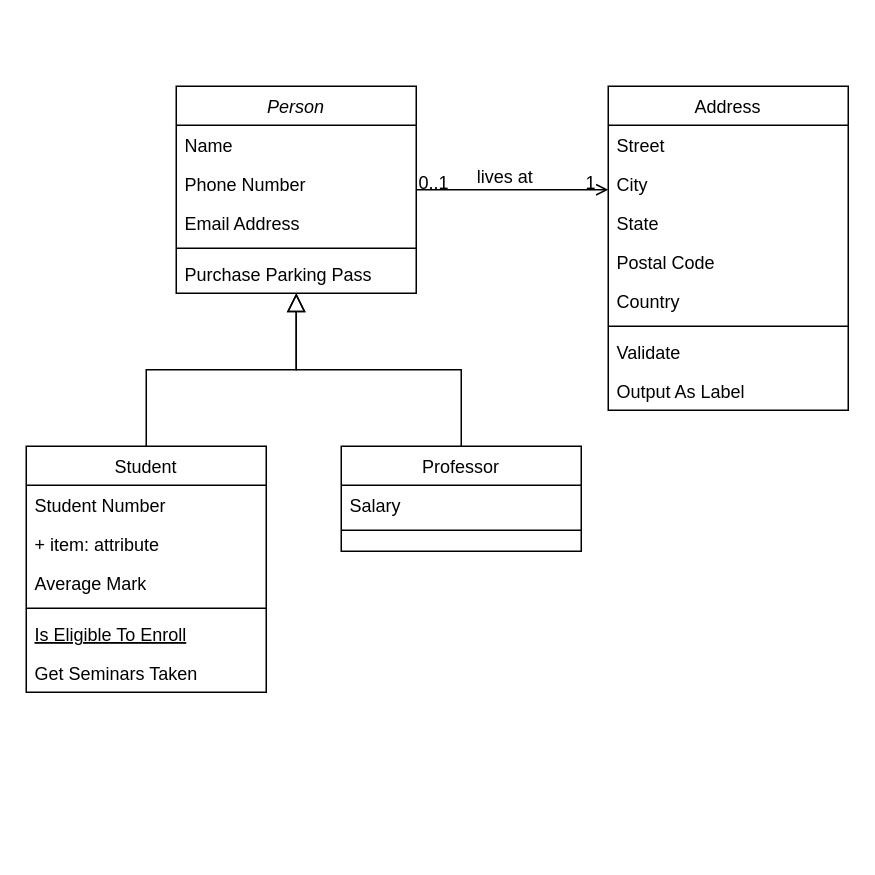
Hearteu/Portfolio keeps this draw.io diagram as activitydiagram.drawio. Above is the earlier version. Source tidied: cells renumbered, new cells numbered last; positions are measured from the earlier drawing's top-left corner, leaving out a move shared by most shapes. Both pictures are drawn from the tidied source at 150%, with x=0, y=0 at pixel (26, 86).
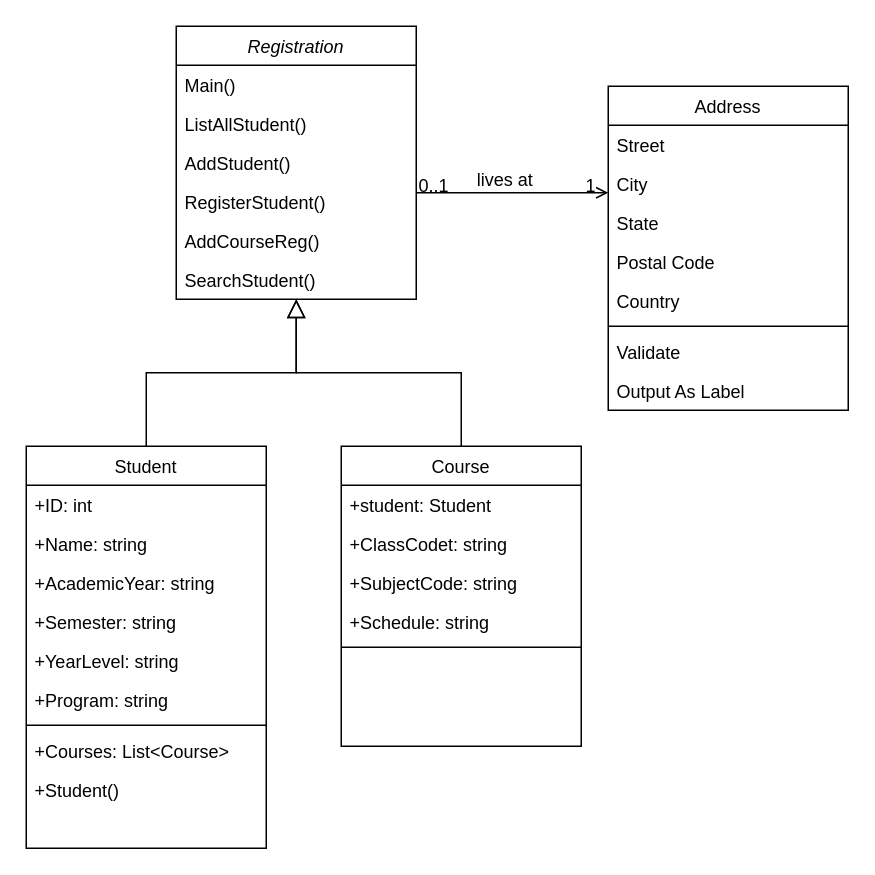
After the change.

Change to the diagram source:
```diff
@@
-    <mxCell id="2" value="Person" style="swimlane;fontStyle=2;align=center;verticalAlign=top;horizontal=1;startSize=26;rounded=0;shadow=0;strokeWidth=1;" parent="1" vertex="1">
-      <mxGeometry x="100" width="160" height="138" as="geometry" />
+    <mxCell id="2" value="Registration" style="swimlane;fontStyle=2;align=center;verticalAlign=top;horizontal=1;startSize=26;rounded=0;shadow=0;strokeWidth=1;" parent="1" vertex="1">
+      <mxGeometry x="100" y="-40" width="160" height="182" as="geometry" />
     </mxCell>
-    <mxCell id="3" value="Name" style="text;align=left;verticalAlign=top;spacingLeft=4;spacingRight=4;overflow=hidden;" parent="2" vertex="1">
+    <mxCell id="3" value="Main()" style="text;align=left;verticalAlign=top;spacingLeft=4;spacingRight=4;overflow=hidden;" parent="2" vertex="1">
       <mxGeometry y="26" width="160" height="26" as="geometry" />
     </mxCell>
-    <mxCell id="4" value="Phone Number" style="text;align=left;verticalAlign=top;spacingLeft=4;spacingRight=4;overflow=hidden;rounded=0;shadow=0;html=0;" parent="2" vertex="1">
+    <mxCell id="4" value="ListAllStudent()" style="text;align=left;verticalAlign=top;spacingLeft=4;spacingRight=4;overflow=hidden;rounded=0;shadow=0;html=0;" parent="2" vertex="1">
       <mxGeometry y="52" width="160" height="26" as="geometry" />
     </mxCell>
-    <mxCell id="5" value="Email Address" style="text;align=left;verticalAlign=top;spacingLeft=4;spacingRight=4;overflow=hidden;rounded=0;shadow=0;html=0;" parent="2" vertex="1">
+    <mxCell id="5" value="AddStudent()" style="text;align=left;verticalAlign=top;spacingLeft=4;spacingRight=4;overflow=hidden;rounded=0;shadow=0;html=0;" parent="2" vertex="1">
       <mxGeometry y="78" width="160" height="26" as="geometry" />
     </mxCell>
-    <mxCell id="6" style="line;html=1;strokeWidth=1;align=left;verticalAlign=middle;spacingTop=-1;spacingLeft=3;spacingRight=3;labelPosition=right;" parent="2" vertex="1">
-      <mxGeometry y="104" width="160" height="8" as="geometry" />
-    </mxCell>
-    <mxCell id="7" value="Purchase Parking Pass" style="text;align=left;verticalAlign=top;spacingLeft=4;spacingRight=4;overflow=hidden;" parent="2" vertex="1">
-      <mxGeometry y="112" width="160" height="26" as="geometry" />
-    </mxCell>
+    <mxCell id="33" value="RegisterStudent()" style="text;align=left;verticalAlign=top;spacingLeft=4;spacingRight=4;overflow=hidden;rounded=0;shadow=0;html=0;" parent="2" vertex="1">
+      <mxGeometry y="104" width="160" height="26" as="geometry" />
+    </mxCell>
+    <mxCell id="34" value="AddCourseReg()" style="text;align=left;verticalAlign=top;spacingLeft=4;spacingRight=4;overflow=hidden;rounded=0;shadow=0;html=0;" parent="2" vertex="1">
+      <mxGeometry y="130" width="160" height="26" as="geometry" />
+    </mxCell>
+    <mxCell id="35" value="SearchStudent()" style="text;align=left;verticalAlign=top;spacingLeft=4;spacingRight=4;overflow=hidden;rounded=0;shadow=0;html=0;" parent="2" vertex="1">
+      <mxGeometry y="156" width="160" height="26" as="geometry" />
+    </mxCell>
     <mxCell id="8" value="Student" style="swimlane;fontStyle=0;align=center;verticalAlign=top;horizontal=1;startSize=26;rounded=0;shadow=0;strokeWidth=1;" parent="1" vertex="1">
-      <mxGeometry y="240" width="160" height="164" as="geometry" />
+      <mxGeometry y="240" width="160" height="268" as="geometry" />
     </mxCell>
-    <mxCell id="9" value="Student Number" style="text;align=left;verticalAlign=top;spacingLeft=4;spacingRight=4;overflow=hidden;" parent="8" vertex="1">
+    <mxCell id="9" value="+ID: int" style="text;align=left;verticalAlign=top;spacingLeft=4;spacingRight=4;overflow=hidden;" parent="8" vertex="1">
       <mxGeometry y="26" width="160" height="26" as="geometry" />
     </mxCell>
-    <mxCell id="10" value="+ item: attribute" style="text;strokeColor=none;fillColor=none;align=left;verticalAlign=top;spacingLeft=4;spacingRight=4;overflow=hidden;" parent="8" vertex="1">
+    <mxCell id="10" value="+Name: string" style="text;strokeColor=none;fillColor=none;align=left;verticalAlign=top;spacingLeft=4;spacingRight=4;overflow=hidden;" parent="8" vertex="1">
       <mxGeometry y="52" width="160" height="26" as="geometry" />
     </mxCell>
-    <mxCell id="11" value="Average Mark" style="text;align=left;verticalAlign=top;spacingLeft=4;spacingRight=4;overflow=hidden;rounded=0;shadow=0;html=0;" parent="8" vertex="1">
-      <mxGeometry y="78" width="160" height="26" as="geometry" />
-    </mxCell>
+    <mxCell id="36" value="+AcademicYear: string" style="text;strokeColor=none;fillColor=none;align=left;verticalAlign=top;spacingLeft=4;spacingRight=4;overflow=hidden;" parent="8" vertex="1">
+      <mxGeometry y="78" width="160" height="26" as="geometry" />
+    </mxCell>
+    <mxCell id="37" value="+Semester: string" style="text;strokeColor=none;fillColor=none;align=left;verticalAlign=top;spacingLeft=4;spacingRight=4;overflow=hidden;" parent="8" vertex="1">
+      <mxGeometry y="104" width="160" height="26" as="geometry" />
+    </mxCell>
+    <mxCell id="38" value="+YearLevel: string" style="text;strokeColor=none;fillColor=none;align=left;verticalAlign=top;spacingLeft=4;spacingRight=4;overflow=hidden;" parent="8" vertex="1">
+      <mxGeometry y="130" width="160" height="26" as="geometry" />
+    </mxCell>
+    <mxCell id="39" value="+Program: string" style="text;strokeColor=none;fillColor=none;align=left;verticalAlign=top;spacingLeft=4;spacingRight=4;overflow=hidden;" parent="8" vertex="1">
+      <mxGeometry y="156" width="160" height="26" as="geometry" />
+    </mxCell>
     <mxCell id="12" style="line;html=1;strokeWidth=1;align=left;verticalAlign=middle;spacingTop=-1;spacingLeft=3;spacingRight=3;labelPosition=right;" parent="8" vertex="1">
-      <mxGeometry y="104" width="160" height="8" as="geometry" />
+      <mxGeometry y="182" width="160" height="8" as="geometry" />
     </mxCell>
-    <mxCell id="13" value="Is Eligible To Enroll" style="text;align=left;verticalAlign=top;spacingLeft=4;spacingRight=4;overflow=hidden;fontStyle=4;" parent="8" vertex="1">
-      <mxGeometry y="112" width="160" height="26" as="geometry" />
+    <mxCell id="13" value="+Courses: List&lt;Course&gt;" style="text;align=left;verticalAlign=top;spacingLeft=4;spacingRight=4;overflow=hidden;fontStyle=0;" parent="8" vertex="1">
+      <mxGeometry y="190" width="160" height="26" as="geometry" />
     </mxCell>
-    <mxCell id="14" value="Get Seminars Taken" style="text;align=left;verticalAlign=top;spacingLeft=4;spacingRight=4;overflow=hidden;" parent="8" vertex="1">
-      <mxGeometry y="138" width="160" height="26" as="geometry" />
+    <mxCell id="14" value="+Student()" style="text;align=left;verticalAlign=top;spacingLeft=4;spacingRight=4;overflow=hidden;" parent="8" vertex="1">
+      <mxGeometry y="216" width="160" height="26" as="geometry" />
     </mxCell>
@@
-    <mxCell id="16" value="Professor" style="swimlane;fontStyle=0;align=center;verticalAlign=top;horizontal=1;startSize=26;rounded=0;shadow=0;strokeWidth=1;" parent="1" vertex="1">
-      <mxGeometry x="210" y="240" width="160" height="70" as="geometry" />
+    <mxCell id="16" value="Course" style="swimlane;fontStyle=0;align=center;verticalAlign=top;horizontal=1;startSize=26;rounded=0;shadow=0;strokeWidth=1;" parent="1" vertex="1">
+      <mxGeometry x="210" y="240" width="160" height="200" as="geometry" />
     </mxCell>
-    <mxCell id="17" value="Salary" style="text;align=left;verticalAlign=top;spacingLeft=4;spacingRight=4;overflow=hidden;" parent="16" vertex="1">
+    <mxCell id="17" value="+student: Student" style="text;align=left;verticalAlign=top;spacingLeft=4;spacingRight=4;overflow=hidden;" parent="16" vertex="1">
       <mxGeometry y="26" width="160" height="26" as="geometry" />
     </mxCell>
+    <mxCell id="40" value="+ClassCodet: string" style="text;align=left;verticalAlign=top;spacingLeft=4;spacingRight=4;overflow=hidden;" parent="16" vertex="1">
+      <mxGeometry y="52" width="160" height="26" as="geometry" />
+    </mxCell>
+    <mxCell id="41" value="+SubjectCode: string" style="text;align=left;verticalAlign=top;spacingLeft=4;spacingRight=4;overflow=hidden;" parent="16" vertex="1">
+      <mxGeometry y="78" width="160" height="26" as="geometry" />
+    </mxCell>
+    <mxCell id="42" value="+Schedule: string" style="text;align=left;verticalAlign=top;spacingLeft=4;spacingRight=4;overflow=hidden;" parent="16" vertex="1">
+      <mxGeometry y="104" width="160" height="26" as="geometry" />
+    </mxCell>
     <mxCell id="18" style="line;html=1;strokeWidth=1;align=left;verticalAlign=middle;spacingTop=-1;spacingLeft=3;spacingRight=3;labelPosition=right;" parent="16" vertex="1">
-      <mxGeometry y="52" width="160" height="8" as="geometry" />
+      <mxGeometry y="130" width="160" height="8" as="geometry" />
     </mxCell>
```
